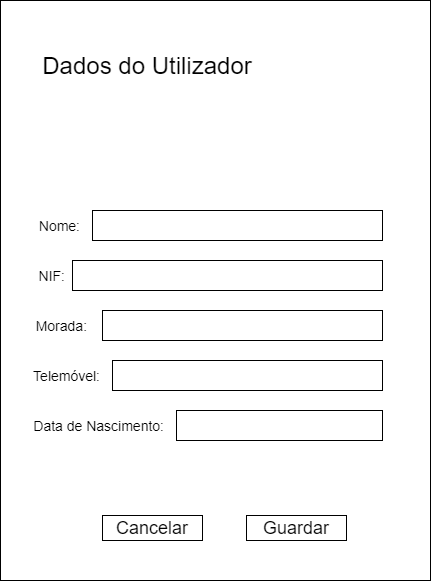
Earlier version of the draw.io export Wireframe Android/Alterar Dados do Utilizador.drawio.png (rromao236/Projeto2ano). Source tidied: cells renumbered, new cells last; positions are measured from the earlier drawing's top-left corner, leaving out a move shared by most shapes.
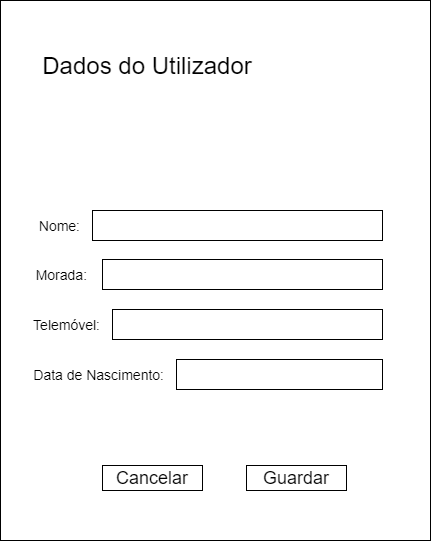
After the change.

The edit, as a diff of the source:
```diff
@@ -3,7 +3,7 @@
     <mxCell id="0" />
     <mxCell id="1" parent="0" />
     <mxCell id="2" style="rounded=0;whiteSpace=wrap;html=1;" parent="1" vertex="1">
-      <mxGeometry width="430" height="580" as="geometry" />
+      <mxGeometry width="430" height="540" as="geometry" />
     </mxCell>
     <mxCell id="3" style="rounded=0;whiteSpace=wrap;html=1;" parent="1" vertex="1">
       <mxGeometry x="92" y="210" width="290" height="30" as="geometry" />
@@ -11,38 +11,32 @@
     <mxCell id="4" value="Nome:" style="text;html=1;strokeColor=none;fillColor=none;align=right;verticalAlign=middle;whiteSpace=wrap;rounded=0;fontSize=14;" parent="1" vertex="1">
       <mxGeometry x="22" y="210" width="60" height="30" as="geometry" />
     </mxCell>
-    <mxCell id="5" value="NIF:" style="text;html=1;strokeColor=none;fillColor=none;align=right;verticalAlign=middle;whiteSpace=wrap;rounded=0;fontSize=14;" parent="1" vertex="1">
-      <mxGeometry x="7" y="260" width="60" height="30" as="geometry" />
-    </mxCell>
     <mxCell id="6" value="Morada:" style="text;html=1;strokeColor=none;fillColor=none;align=right;verticalAlign=middle;whiteSpace=wrap;rounded=0;fontSize=14;" parent="1" vertex="1">
-      <mxGeometry x="29" y="310" width="60" height="30" as="geometry" />
+      <mxGeometry x="29" y="259" width="60" height="30" as="geometry" />
     </mxCell>
     <mxCell id="7" value="Telemóvel:" style="text;html=1;strokeColor=none;fillColor=none;align=right;verticalAlign=middle;whiteSpace=wrap;rounded=0;fontSize=14;" parent="1" vertex="1">
-      <mxGeometry x="42" y="360" width="60" height="30" as="geometry" />
+      <mxGeometry x="42" y="309" width="60" height="30" as="geometry" />
     </mxCell>
     <mxCell id="8" value="Data de Nascimento:" style="text;html=1;strokeColor=none;fillColor=none;align=right;verticalAlign=middle;whiteSpace=wrap;rounded=0;fontSize=14;" parent="1" vertex="1">
-      <mxGeometry x="32" y="410" width="134" height="30" as="geometry" />
+      <mxGeometry x="32" y="359" width="134" height="30" as="geometry" />
     </mxCell>
-    <mxCell id="9" style="rounded=0;whiteSpace=wrap;html=1;" parent="1" vertex="1">
-      <mxGeometry x="72" y="260" width="310" height="30" as="geometry" />
-    </mxCell>
     <mxCell id="10" style="rounded=0;whiteSpace=wrap;html=1;" parent="1" vertex="1">
-      <mxGeometry x="102" y="310" width="280" height="30" as="geometry" />
+      <mxGeometry x="102" y="259" width="280" height="30" as="geometry" />
     </mxCell>
     <mxCell id="11" style="rounded=0;whiteSpace=wrap;html=1;" parent="1" vertex="1">
-      <mxGeometry x="112" y="360" width="270" height="30" as="geometry" />
+      <mxGeometry x="112" y="309" width="270" height="30" as="geometry" />
     </mxCell>
     <mxCell id="12" style="rounded=0;whiteSpace=wrap;html=1;" parent="1" vertex="1">
-      <mxGeometry x="176" y="410" width="206" height="30" as="geometry" />
+      <mxGeometry x="176" y="359" width="206" height="30" as="geometry" />
     </mxCell>
     <mxCell id="13" value="Dados do Utilizador" style="text;html=1;strokeColor=none;fillColor=none;align=center;verticalAlign=middle;whiteSpace=wrap;rounded=0;fontSize=24;" parent="1" vertex="1">
       <mxGeometry x="22" y="50" width="250" height="30" as="geometry" />
     </mxCell>
     <mxCell id="14" value="Guardar" style="rounded=0;whiteSpace=wrap;html=1;fontSize=18;" parent="1" vertex="1">
-      <mxGeometry x="246" y="515" width="100" height="25" as="geometry" />
+      <mxGeometry x="246" y="465" width="100" height="25" as="geometry" />
     </mxCell>
     <mxCell id="15" value="Cancelar" style="rounded=0;whiteSpace=wrap;html=1;fontSize=18;" parent="1" vertex="1">
-      <mxGeometry x="102" y="515" width="100" height="25" as="geometry" />
+      <mxGeometry x="102" y="465" width="100" height="25" as="geometry" />
     </mxCell>
   </root>
 </mxGraphModel>
```
